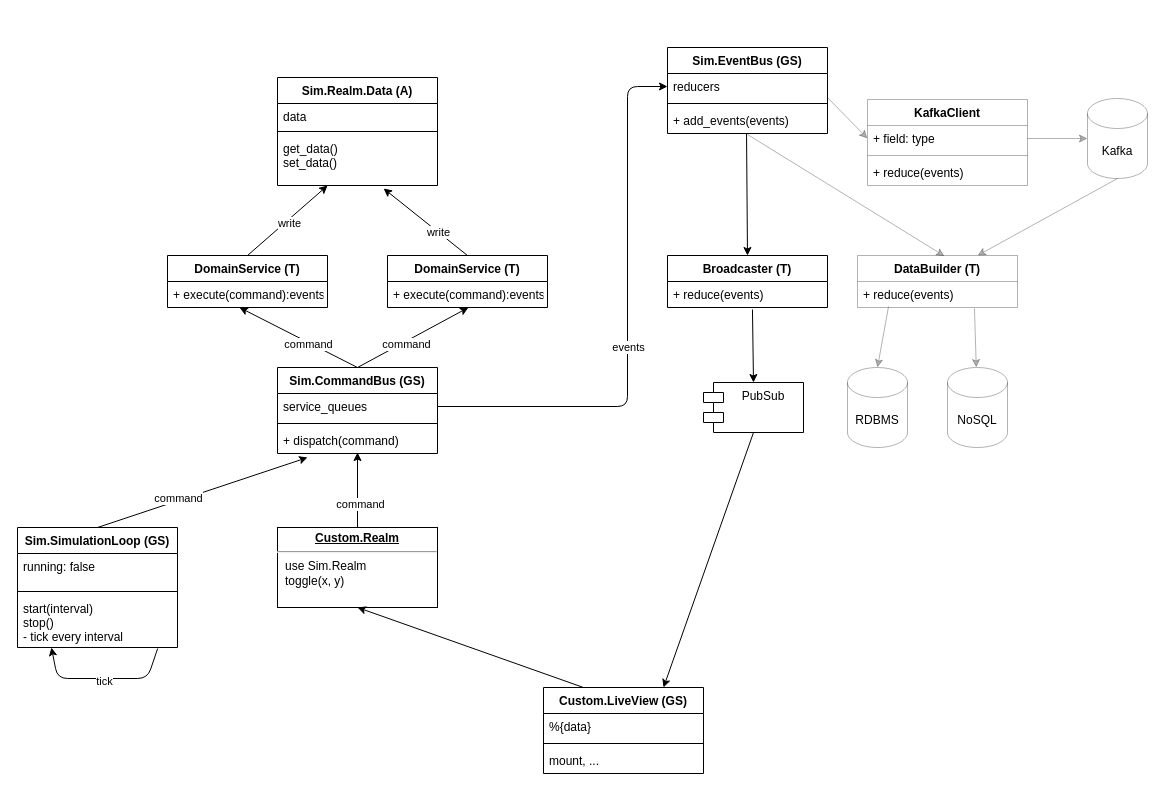
This is apps/sim/documentation/SimRealm.drawio from grrrisu/thundermoon-umbrella, a draw.io file, before an edit. Source tidied: cells renumbered, new cells numbered last; positions are measured from the earlier drawing's top-left corner, leaving out a move shared by most shapes. Both pictures are drawn from the tidied source at 100%, with x=0, y=0 at pixel (17, 47).
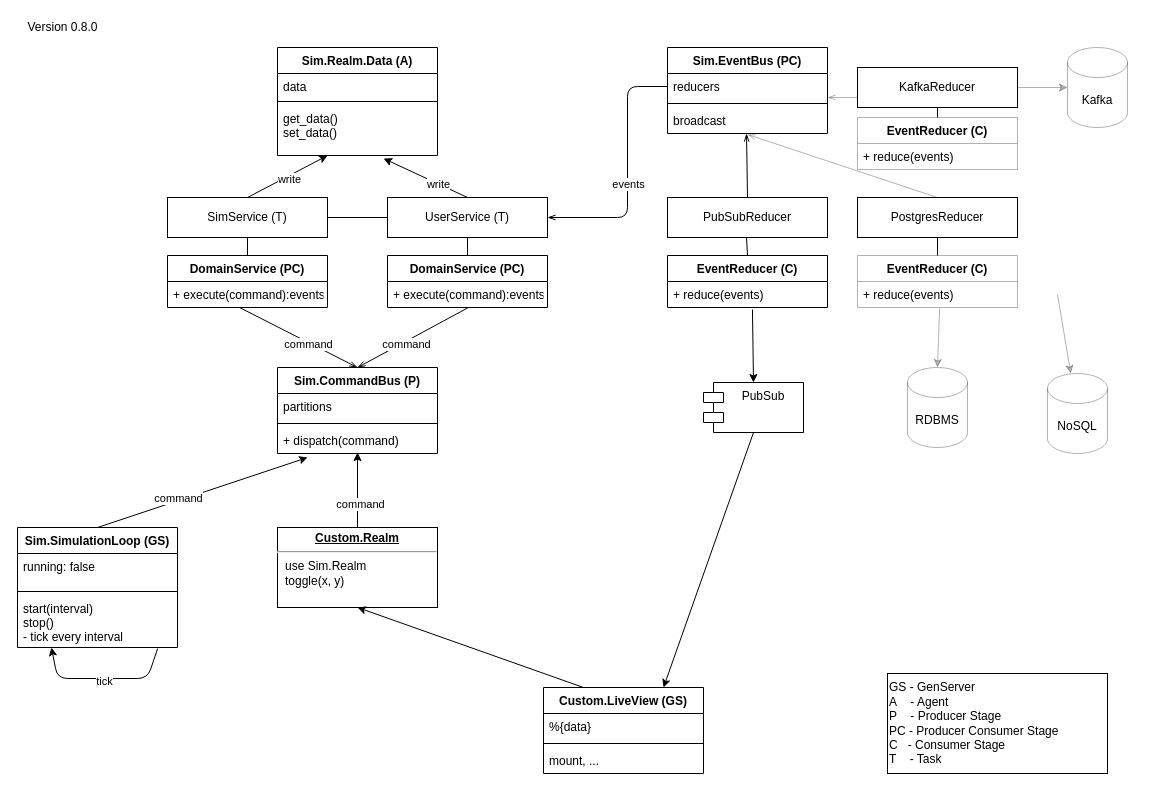
The same page after the edit.

Unchanged cells that the change refers to:
```xml
<mxCell id="8" value="get_data()&#10;set_data()" style="text;strokeColor=none;fillColor=none;align=left;verticalAlign=top;spacingLeft=4;spacingRight=4;overflow=hidden;points=[[0,0.5],[1,0.5]];portConstraint=eastwest;" parent="5" vertex="1">
  <mxGeometry y="58" width="160" height="50" as="geometry" />
</mxCell>
<mxCell id="24" value="+ execute(command):events" style="text;strokeColor=none;fillColor=none;align=left;verticalAlign=top;spacingLeft=4;spacingRight=4;overflow=hidden;points=[[0,0.5],[1,0.5]];portConstraint=eastwest;" parent="23" vertex="1">
  <mxGeometry y="26" width="160" height="26" as="geometry" />
</mxCell>
<mxCell id="26" value="+ execute(command):events" style="text;strokeColor=none;fillColor=none;align=left;verticalAlign=top;spacingLeft=4;spacingRight=4;overflow=hidden;points=[[0,0.5],[1,0.5]];portConstraint=eastwest;" parent="25" vertex="1">
  <mxGeometry y="26" width="160" height="26" as="geometry" />
</mxCell>
<mxCell id="28" value="reducers" style="text;strokeColor=none;fillColor=none;align=left;verticalAlign=top;spacingLeft=4;spacingRight=4;overflow=hidden;points=[[0,0.5],[1,0.5]];portConstraint=eastwest;" parent="27" vertex="1">
  <mxGeometry y="26" width="160" height="26" as="geometry" />
</mxCell>
<mxCell id="50" value="+ reduce(events)" style="text;strokeColor=none;fillColor=none;align=left;verticalAlign=top;spacingLeft=4;spacingRight=4;overflow=hidden;points=[[0,0.5],[1,0.5]];portConstraint=eastwest;opacity=30;" parent="49" vertex="1">
  <mxGeometry y="26" width="160" height="26" as="geometry" />
</mxCell>
```

The edit, as a diff of the source:
```diff
@@
     <mxCell id="5" value="Sim.Realm.Data (A)" style="swimlane;fontStyle=1;align=center;verticalAlign=top;horizontal=1;startSize=26;" parent="1" vertex="1">
-      <mxGeometry x="260" y="30" width="160" height="108" as="geometry" />
+      <mxGeometry x="260" width="160" height="108" as="geometry" />
     </mxCell>
@@
-    <mxCell id="19" value="Sim.CommandBus (GS)" style="swimlane;fontStyle=1;align=center;verticalAlign=top;horizontal=1;startSize=26;" parent="1" vertex="1">
+    <mxCell id="19" value="Sim.CommandBus (P)" style="swimlane;fontStyle=1;align=center;verticalAlign=top;horizontal=1;startSize=26;" parent="1" vertex="1">
       <mxGeometry x="260" y="320" width="160" height="86" as="geometry" />
     </mxCell>
-    <mxCell id="20" value="service_queues" style="text;strokeColor=none;fillColor=none;align=left;verticalAlign=top;spacingLeft=4;spacingRight=4;overflow=hidden;points=[[0,0.5],[1,0.5]];portConstraint=eastwest;" parent="19" vertex="1">
+    <mxCell id="20" value="partitions" style="text;strokeColor=none;fillColor=none;align=left;verticalAlign=top;spacingLeft=4;spacingRight=4;overflow=hidden;points=[[0,0.5],[1,0.5]];portConstraint=eastwest;" parent="19" vertex="1">
       <mxGeometry y="26" width="160" height="26" as="geometry" />
     </mxCell>
@@
-    <mxCell id="23" value="DomainService (T)" style="swimlane;fontStyle=1;align=center;verticalAlign=top;horizontal=1;startSize=26;" parent="1" vertex="1">
+    <mxCell id="23" value="DomainService (PC)" style="swimlane;fontStyle=1;align=center;verticalAlign=top;horizontal=1;startSize=26;" parent="1" vertex="1">
       <mxGeometry x="150" y="208" width="160" height="52" as="geometry" />
     </mxCell>
@@
-    <mxCell id="25" value="DomainService (T)" style="swimlane;fontStyle=1;align=center;verticalAlign=top;horizontal=1;startSize=26;" parent="1" vertex="1">
+    <mxCell id="25" value="DomainService (PC)" style="swimlane;fontStyle=1;align=center;verticalAlign=top;horizontal=1;startSize=26;" parent="1" vertex="1">
       <mxGeometry x="370" y="208" width="160" height="52" as="geometry" />
     </mxCell>
@@
-    <mxCell id="27" value="Sim.EventBus (GS)" style="swimlane;fontStyle=1;align=center;verticalAlign=top;horizontal=1;startSize=26;" parent="1" vertex="1">
+    <mxCell id="27" value="Sim.EventBus (PC)" style="swimlane;fontStyle=1;align=center;verticalAlign=top;horizontal=1;startSize=26;" parent="1" vertex="1">
       <mxGeometry x="650" width="160" height="86" as="geometry" />
     </mxCell>
@@
-    <mxCell id="30" value="+ add_events(events)" style="text;strokeColor=none;fillColor=none;align=left;verticalAlign=top;spacingLeft=4;spacingRight=4;overflow=hidden;points=[[0,0.5],[1,0.5]];portConstraint=eastwest;" parent="27" vertex="1">
+    <mxCell id="30" value="broadcast" style="text;strokeColor=none;fillColor=none;align=left;verticalAlign=top;spacingLeft=4;spacingRight=4;overflow=hidden;points=[[0,0.5],[1,0.5]];portConstraint=eastwest;" parent="27" vertex="1">
       <mxGeometry y="60" width="160" height="26" as="geometry" />
     </mxCell>
-    <mxCell id="31" value="Broadcaster (T)" style="swimlane;fontStyle=1;align=center;verticalAlign=top;horizontal=1;startSize=26;" parent="1" vertex="1">
+    <mxCell id="31" value="EventReducer (C)" style="swimlane;fontStyle=1;align=center;verticalAlign=top;horizontal=1;startSize=26;" parent="1" vertex="1">
       <mxGeometry x="650" y="208" width="160" height="52" as="geometry" />
     </mxCell>
@@
     <mxCell id="34" value="RDBMS" style="shape=cylinder3;whiteSpace=wrap;html=1;boundedLbl=1;backgroundOutline=1;size=15;opacity=30;" parent="1" vertex="1">
-      <mxGeometry x="830" y="320" width="60" height="80" as="geometry" />
+      <mxGeometry x="890" y="320" width="60" height="80" as="geometry" />
     </mxCell>
     <mxCell id="35" value="NoSQL" style="shape=cylinder3;whiteSpace=wrap;html=1;boundedLbl=1;backgroundOutline=1;size=15;opacity=30;" parent="1" vertex="1">
-      <mxGeometry x="930" y="320" width="60" height="80" as="geometry" />
+      <mxGeometry x="1030" y="326" width="60" height="80" as="geometry" />
     </mxCell>
@@
-    <mxCell id="39" style="endArrow=classic;html=1;exitX=0.5;exitY=0;exitDx=0;exitDy=0;entryX=0.506;entryY=1;entryDx=0;entryDy=0;entryPerimeter=0;" parent="1" edge="1" source="19" target="26">
+    <mxCell id="39" style="endArrow=none;html=1;exitX=0.5;exitY=0;exitDx=0;exitDy=0;entryX=0.506;entryY=1;entryDx=0;entryDy=0;entryPerimeter=0;startArrow=openThin;startFill=0;endFill=0;" parent="1" edge="1" source="19" target="26">
       <mxGeometry relative="1" as="geometry" />
     </mxCell>
@@
-    <mxCell id="41" style="endArrow=classic;html=1;exitX=0.5;exitY=0;exitDx=0;exitDy=0;entryX=0.45;entryY=1;entryDx=0;entryDy=0;entryPerimeter=0;" parent="1" edge="1" source="19" target="24">
+    <mxCell id="41" style="endArrow=none;html=1;exitX=0.5;exitY=0;exitDx=0;exitDy=0;entryX=0.45;entryY=1;entryDx=0;entryDy=0;entryPerimeter=0;endFill=0;startArrow=openThin;startFill=0;" parent="1" edge="1" source="19" target="24">
       <mxGeometry relative="1" as="geometry" />
     </mxCell>
@@
-    <mxCell id="45" style="endArrow=classic;html=1;exitX=0.5;exitY=0;exitDx=0;exitDy=0;entryX=0.313;entryY=1;entryDx=0;entryDy=0;entryPerimeter=0;" parent="1" edge="1" source="23" target="8">
+    <mxCell id="45" style="endArrow=classic;html=1;exitX=0.5;exitY=0;exitDx=0;exitDy=0;entryX=0.313;entryY=1;entryDx=0;entryDy=0;entryPerimeter=0;" parent="1" edge="1" source="66" target="8">
       <mxGeometry relative="1" as="geometry" />
     </mxCell>
@@
-    <mxCell id="47" style="endArrow=classic;html=1;exitX=0.5;exitY=0;exitDx=0;exitDy=0;entryX=0.663;entryY=1.06;entryDx=0;entryDy=0;entryPerimeter=0;" parent="1" edge="1" source="25" target="8">
+    <mxCell id="47" style="endArrow=classic;html=1;entryX=0.663;entryY=1.06;entryDx=0;entryDy=0;entryPerimeter=0;exitX=0.5;exitY=0;exitDx=0;exitDy=0;" parent="1" edge="1" source="68" target="8">
       <mxGeometry relative="1" as="geometry" />
     </mxCell>
@@
-    <mxCell id="49" value="DataBuilder (T)" style="swimlane;fontStyle=1;align=center;verticalAlign=top;horizontal=1;startSize=26;opacity=30;" parent="1" vertex="1">
+    <mxCell id="49" value="EventReducer (C)" style="swimlane;fontStyle=1;align=center;verticalAlign=top;horizontal=1;startSize=26;opacity=30;" parent="1" vertex="1">
       <mxGeometry x="840" y="208" width="160" height="52" as="geometry" />
     </mxCell>
@@
-    <mxCell id="51" style="endArrow=classic;html=1;exitX=0.494;exitY=1;exitDx=0;exitDy=0;exitPerimeter=0;entryX=0.5;entryY=0;entryDx=0;entryDy=0;" parent="1" edge="1" source="30" target="31">
+    <mxCell id="51" style="endArrow=none;html=1;exitX=0.494;exitY=1;exitDx=0;exitDy=0;exitPerimeter=0;entryX=0.5;entryY=0;entryDx=0;entryDy=0;endFill=0;startArrow=none;startFill=0;" parent="1" edge="1" source="73" target="31">
       <mxGeometry relative="1" as="geometry" />
     </mxCell>
-    <mxCell id="52" style="endArrow=classic;html=1;entryX=0.544;entryY=0.012;entryDx=0;entryDy=0;entryPerimeter=0;opacity=30;" parent="1" edge="1" target="49">
+    <mxCell id="52" style="endArrow=none;html=1;entryX=0.5;entryY=0;entryDx=0;entryDy=0;opacity=30;startArrow=openThin;startFill=0;endFill=0;" parent="1" edge="1" target="76">
       <mxGeometry relative="1" as="geometry">
         <mxPoint x="730" y="87" as="sourcePoint" />
       </mxGeometry>
     </mxCell>
@@
-    <mxCell id="54" style="endArrow=classic;html=1;exitX=0.194;exitY=0.962;exitDx=0;exitDy=0;exitPerimeter=0;entryX=0.5;entryY=0;entryDx=0;entryDy=0;entryPerimeter=0;opacity=30;" parent="1" edge="1" source="50" target="34">
+    <mxCell id="54" style="endArrow=classic;html=1;entryX=0.5;entryY=0;entryDx=0;entryDy=0;entryPerimeter=0;opacity=30;exitX=0.513;exitY=1.038;exitDx=0;exitDy=0;exitPerimeter=0;" parent="1" edge="1" source="50" target="34">
       <mxGeometry relative="1" as="geometry" />
     </mxCell>
-    <mxCell id="55" style="endArrow=classic;html=1;exitX=0.731;exitY=1.038;exitDx=0;exitDy=0;exitPerimeter=0;opacity=30;" parent="1" edge="1" source="50" target="35">
-      <mxGeometry relative="1" as="geometry" />
+    <mxCell id="55" style="endArrow=classic;html=1;opacity=30;" parent="1" edge="1" target="35">
+      <mxGeometry relative="1" as="geometry">
+        <mxPoint x="1040" y="247" as="sourcePoint" />
+      </mxGeometry>
     </mxCell>
-    <mxCell id="56" style="endArrow=classic;html=1;exitX=1;exitY=0.5;exitDx=0;exitDy=0;entryX=0;entryY=0.5;entryDx=0;entryDy=0;" parent="1" edge="1" source="20" target="28">
+    <mxCell id="56" style="endArrow=none;html=1;exitX=1;exitY=0.5;exitDx=0;exitDy=0;entryX=0;entryY=0.5;entryDx=0;entryDy=0;endFill=0;startArrow=openThin;startFill=0;" parent="1" edge="1" source="68" target="28">
       <mxGeometry relative="1" as="geometry">
         <Array as="points">
-          <mxPoint x="610" y="359" />
+          <mxPoint x="610" y="170" />
           <mxPoint x="610" y="39" />
         </Array>
       </mxGeometry>
     </mxCell>
@@
     <mxCell id="58" value="Kafka" style="shape=cylinder3;whiteSpace=wrap;html=1;boundedLbl=1;backgroundOutline=1;size=15;opacity=30;" parent="1" vertex="1">
-      <mxGeometry x="1070" y="51" width="60" height="80" as="geometry" />
+      <mxGeometry x="1050" width="60" height="80" as="geometry" />
     </mxCell>
-    <mxCell id="59" value="KafkaClient" style="swimlane;fontStyle=1;align=center;verticalAlign=top;horizontal=1;startSize=26;opacity=30;" parent="1" vertex="1">
-      <mxGeometry x="850" y="52" width="160" height="86" as="geometry" />
+    <mxCell id="59" value="EventReducer (C)" style="swimlane;fontStyle=1;align=center;verticalAlign=top;horizontal=1;startSize=26;opacity=30;" parent="1" vertex="1">
+      <mxGeometry x="840" y="70" width="160" height="52" as="geometry" />
     </mxCell>
-    <mxCell id="60" value="+ field: type" style="text;strokeColor=none;fillColor=none;align=left;verticalAlign=top;spacingLeft=4;spacingRight=4;overflow=hidden;points=[[0,0.5],[1,0.5]];portConstraint=eastwest;opacity=30;" parent="59" vertex="1">
-      <mxGeometry y="26" width="160" height="26" as="geometry" />
-    </mxCell>
-    <mxCell id="61" style="line;strokeWidth=1;fillColor=none;align=left;verticalAlign=middle;spacingTop=-1;spacingLeft=3;spacingRight=3;labelPosition=right;opacity=30;" parent="59" vertex="1">
-      <mxGeometry y="52" width="160" height="8" as="geometry" />
-    </mxCell>
     <mxCell id="62" value="+ reduce(events)" style="text;strokeColor=none;fillColor=none;align=left;verticalAlign=top;spacingLeft=4;spacingRight=4;overflow=hidden;opacity=30;" parent="59" vertex="1">
-      <mxGeometry y="60" width="160" height="26" as="geometry" />
+      <mxGeometry y="26" width="160" height="26" as="geometry" />
     </mxCell>
-    <mxCell id="63" style="endArrow=classic;html=1;exitX=1;exitY=0.5;exitDx=0;exitDy=0;entryX=0;entryY=0.5;entryDx=0;entryDy=0;entryPerimeter=0;opacity=30;" parent="1" edge="1" source="60" target="58">
+    <mxCell id="63" style="endArrow=classic;html=1;exitX=1;exitY=0.5;exitDx=0;exitDy=0;entryX=0;entryY=0.5;entryDx=0;entryDy=0;entryPerimeter=0;opacity=30;" parent="1" edge="1" source="75" target="58">
       <mxGeometry relative="1" as="geometry" />
     </mxCell>
-    <mxCell id="64" style="endArrow=classic;html=1;entryX=0;entryY=0.5;entryDx=0;entryDy=0;opacity=30;" parent="1" edge="1" target="60">
+    <mxCell id="64" style="endArrow=none;html=1;entryX=0;entryY=0.75;entryDx=0;entryDy=0;opacity=30;startArrow=openThin;startFill=0;endFill=0;" parent="1" edge="1" target="75">
       <mxGeometry relative="1" as="geometry">
         <mxPoint x="810" y="50" as="sourcePoint" />
       </mxGeometry>
     </mxCell>
-    <mxCell id="65" style="endArrow=classic;html=1;exitX=0.5;exitY=1;exitDx=0;exitDy=0;exitPerimeter=0;entryX=0.75;entryY=0;entryDx=0;entryDy=0;opacity=30;" parent="1" edge="1" source="58" target="49">
-      <mxGeometry relative="1" as="geometry" />
-    </mxCell>
+    <mxCell id="66" value="SimService (T)" style="rounded=0;whiteSpace=wrap;html=1;" parent="1" vertex="1">
+      <mxGeometry x="150" y="150" width="160" height="40" as="geometry" />
+    </mxCell>
+    <mxCell id="67" style="endArrow=none;html=1;rounded=0;entryX=0.5;entryY=1;entryDx=0;entryDy=0;exitX=0.5;exitY=0;exitDx=0;exitDy=0;" parent="1" edge="1" source="23" target="66">
+      <mxGeometry relative="1" as="geometry" />
+    </mxCell>
+    <mxCell id="68" value="UserService (T)" style="rounded=0;whiteSpace=wrap;html=1;" parent="1" vertex="1">
+      <mxGeometry x="370" y="150" width="160" height="40" as="geometry" />
+    </mxCell>
+    <mxCell id="69" style="endArrow=none;html=1;rounded=0;entryX=0.5;entryY=1;entryDx=0;entryDy=0;exitX=0.5;exitY=0;exitDx=0;exitDy=0;" parent="1" edge="1" source="25" target="68">
+      <mxGeometry relative="1" as="geometry" />
+    </mxCell>
+    <mxCell id="70" style="endArrow=none;html=1;rounded=0;exitX=1;exitY=0.5;exitDx=0;exitDy=0;entryX=0;entryY=0.5;entryDx=0;entryDy=0;" parent="1" edge="1" source="66" target="68">
+      <mxGeometry relative="1" as="geometry" />
+    </mxCell>
+    <mxCell id="71" value="GS - GenServer&lt;br&gt;A&amp;nbsp; &amp;nbsp; - Agent&lt;br&gt;P&amp;nbsp; &amp;nbsp; - Producer Stage&lt;br&gt;PC - Producer Consumer Stage&lt;br&gt;C&amp;nbsp; &amp;nbsp;- Consumer Stage&lt;br&gt;T&amp;nbsp; &amp;nbsp; - Task" style="rounded=0;whiteSpace=wrap;html=1;align=left;" parent="1" vertex="1">
+      <mxGeometry x="870" y="626" width="220" height="100" as="geometry" />
+    </mxCell>
+    <mxCell id="72" value="Version 0.8.0" style="text;html=1;align=center;verticalAlign=middle;strokeColor=none;fillColor=none;" parent="1" vertex="1">
+      <mxGeometry y="-30" width="90" height="20" as="geometry" />
+    </mxCell>
+    <mxCell id="73" value="PubSubReducer" style="rounded=0;whiteSpace=wrap;html=1;" parent="1" vertex="1">
+      <mxGeometry x="650" y="150" width="160" height="40" as="geometry" />
+    </mxCell>
+    <mxCell id="74" style="endArrow=none;html=1;exitX=0.494;exitY=1;exitDx=0;exitDy=0;exitPerimeter=0;entryX=0.5;entryY=0;entryDx=0;entryDy=0;endFill=0;startArrow=openThin;startFill=0;" parent="1" edge="1" source="30" target="73">
+      <mxGeometry relative="1" as="geometry" />
+    </mxCell>
+    <mxCell id="75" value="KafkaReducer" style="rounded=0;whiteSpace=wrap;html=1;" parent="1" vertex="1">
+      <mxGeometry x="840" y="20" width="160" height="40" as="geometry" />
+    </mxCell>
+    <mxCell id="76" value="PostgresReducer" style="rounded=0;whiteSpace=wrap;html=1;" parent="1" vertex="1">
+      <mxGeometry x="840" y="150" width="160" height="40" as="geometry" />
+    </mxCell>
+    <mxCell id="77" style="endArrow=none;html=1;rounded=0;entryX=0.5;entryY=1;entryDx=0;entryDy=0;exitX=0.5;exitY=0;exitDx=0;exitDy=0;" parent="1" edge="1" source="49" target="76">
+      <mxGeometry relative="1" as="geometry" />
+    </mxCell>
+    <mxCell id="78" style="endArrow=none;html=1;rounded=0;entryX=0.5;entryY=1;entryDx=0;entryDy=0;exitX=0.5;exitY=0;exitDx=0;exitDy=0;" parent="1" edge="1" source="59" target="75">
+      <mxGeometry relative="1" as="geometry" />
+    </mxCell>
```
